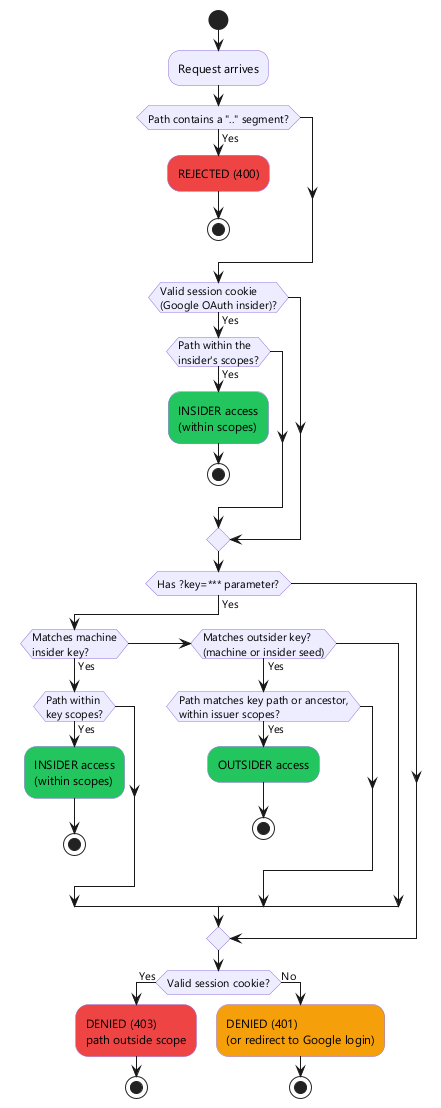
Earlier version of the PlantUML export diagrams/out/access-decision-flow.png (karmaniverous/jeeves-server). The source it was exported from:
```plantuml
@startuml access-decision-flow
skinparam backgroundColor white
skinparam shadowing false
skinparam defaultFontName "Segoe UI"
skinparam ActivityDiamondBackgroundColor #ECECFF
skinparam ActivityDiamondBorderColor #9370DB
skinparam ActivityBackgroundColor #ECECFF
skinparam ActivityBorderColor #9370DB

start

:Request arrives;

if (Path contains a ".." segment?) then (Yes)
  :REJECTED (400);<<#ef4444>>
  stop
endif

if (Valid session cookie\n(Google OAuth insider)?) then (Yes)
  if (Path within the\ninsider's scopes?) then (Yes)
    :INSIDER access\n(within scopes);<<#22c55e>>
    stop
  endif
endif

if (Has ?key=*** parameter?) then (Yes)
  if (Matches machine\ninsider key?) then (Yes)
    if (Path within\nkey scopes?) then (Yes)
      :INSIDER access\n(within scopes);<<#22c55e>>
      stop
    endif
  elseif (Matches outsider key?\n(machine or insider seed)) then (Yes)
    if (Path matches key path or ancestor,\nwithin issuer scopes?) then (Yes)
      :OUTSIDER access;<<#22c55e>>
      stop
    endif
  endif
endif

if (Valid session cookie?) then (Yes)
  :DENIED (403)\npath outside scope;<<#ef4444>>
  stop
else (No)
  :DENIED (401)\n(or redirect to Google login);<<#f59e0b>>
  stop
endif

@enduml
```
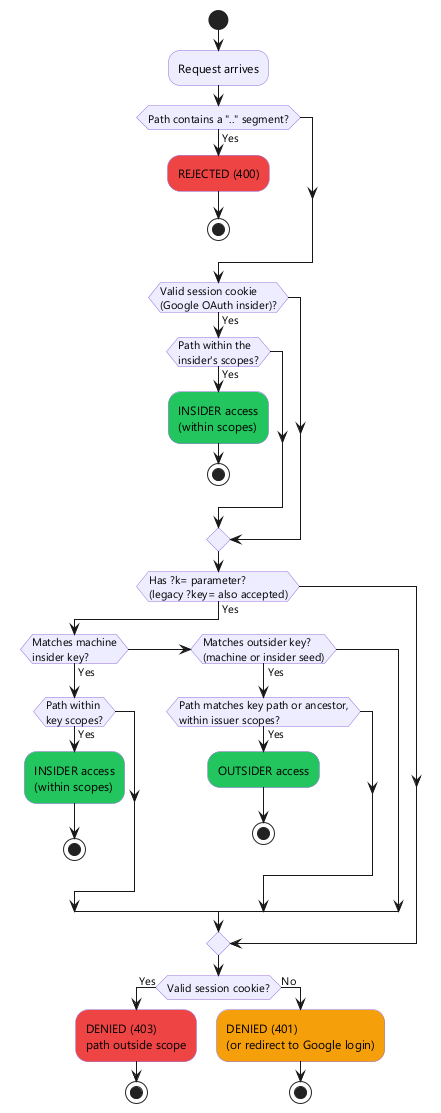
After the change.

Change to the diagram source:
```diff
@@ -23,7 +23,7 @@
   endif
 endif
 
-if (Has ?key=*** parameter?) then (Yes)
+if (Has ?k= parameter?\n(legacy ?key= also accepted)) then (Yes)
   if (Matches machine\ninsider key?) then (Yes)
     if (Path within\nkey scopes?) then (Yes)
       :INSIDER access\n(within scopes);<<#22c55e>>
```
